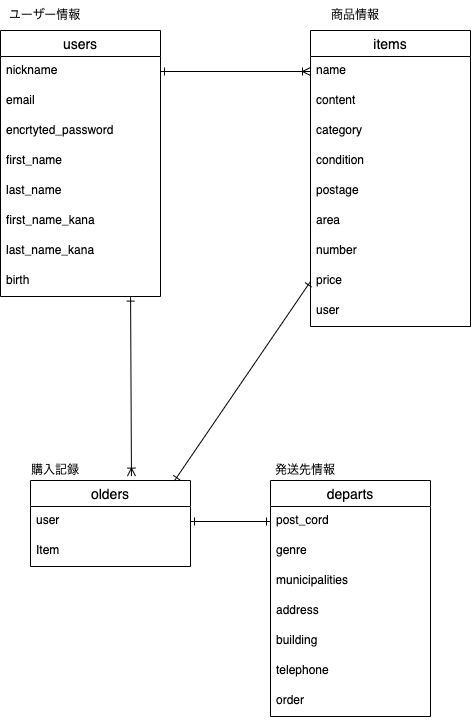
Earlier version of the draw.io export furima.png (asumi-ichiba/furima-38719). Source tidied: cells renumbered, new cells last; positions are measured from the earlier drawing's top-left corner, leaving out a move shared by most shapes.
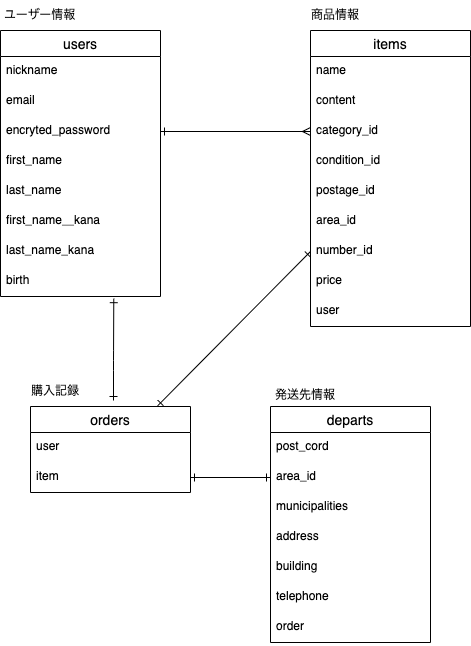
Above is the later version.

The edit, as a diff of the source:
```diff
@@ -2,11 +2,16 @@
   <root>
     <mxCell id="0" />
     <mxCell id="1" parent="0" />
-    <mxCell id="2" style="edgeStyle=none;html=1;startArrow=ERone;startFill=0;endArrow=ERoneToMany;endFill=0;exitX=0.813;exitY=1.02;exitDx=0;exitDy=0;exitPerimeter=0;entryX=0.631;entryY=-0.051;entryDx=0;entryDy=0;entryPerimeter=0;" parent="1" edge="1" source="11" target="22">
-      <mxGeometry relative="1" as="geometry" />
-    </mxCell>
+    <mxCell id="31" style="edgeStyle=none;html=1;startArrow=ERone;startFill=0;endArrow=ERone;endFill=0;exitX=0.708;exitY=1.073;exitDx=0;exitDy=0;exitPerimeter=0;" parent="1" edge="1" source="23">
+      <mxGeometry relative="1" as="geometry">
+        <mxPoint x="113" y="280" as="targetPoint" />
+        <Array as="points">
+          <mxPoint x="113" y="240" />
+        </Array>
+      </mxGeometry>
+    </mxCell>
     <mxCell id="3" value="users" style="swimlane;fontStyle=0;horizontal=1;startSize=26;align=center;fontSize=14;" parent="1" vertex="1">
-      <mxGeometry y="30" width="160" height="266" as="geometry" />
+      <mxGeometry y="-90" width="160" height="266" as="geometry" />
     </mxCell>
     <mxCell id="4" value="nickname" style="text;strokeColor=none;fillColor=none;spacingLeft=4;spacingRight=4;overflow=hidden;points=[[0,0.5],[1,0.5]];portConstraint=eastwest;fontSize=12;" parent="3" vertex="1">
       <mxGeometry y="26" width="160" height="30" as="geometry" />
@@ -14,107 +19,107 @@
     <mxCell id="5" value="email" style="text;strokeColor=none;fillColor=none;spacingLeft=4;spacingRight=4;overflow=hidden;fontSize=12;" parent="3" vertex="1">
       <mxGeometry y="56" width="160" height="30" as="geometry" />
     </mxCell>
-    <mxCell id="6" value="encrtyted_password" style="text;strokeColor=none;fillColor=none;spacingLeft=4;spacingRight=4;overflow=hidden;points=[[0,0.5],[1,0.5]];portConstraint=eastwest;fontSize=12;" parent="3" vertex="1">
-      <mxGeometry y="86" width="160" height="30" as="geometry" />
-    </mxCell>
-    <mxCell id="7" value="first_name" style="text;strokeColor=none;fillColor=none;spacingLeft=4;spacingRight=4;overflow=hidden;fontSize=12;" parent="3" vertex="1">
-      <mxGeometry y="116" width="160" height="30" as="geometry" />
-    </mxCell>
-    <mxCell id="8" value="last_name" style="text;strokeColor=none;fillColor=none;spacingLeft=4;spacingRight=4;overflow=hidden;fontSize=12;" parent="3" vertex="1">
-      <mxGeometry y="146" width="160" height="30" as="geometry" />
-    </mxCell>
-    <mxCell id="9" value="first_name_kana" style="text;strokeColor=none;fillColor=none;spacingLeft=4;spacingRight=4;overflow=hidden;fontSize=12;" parent="3" vertex="1">
-      <mxGeometry y="176" width="160" height="30" as="geometry" />
-    </mxCell>
-    <mxCell id="10" value="last_name_kana" style="text;strokeColor=none;fillColor=none;spacingLeft=4;spacingRight=4;overflow=hidden;fontSize=12;" parent="3" vertex="1">
-      <mxGeometry y="206" width="160" height="30" as="geometry" />
-    </mxCell>
-    <mxCell id="11" value="birth" style="text;strokeColor=none;fillColor=none;spacingLeft=4;spacingRight=4;overflow=hidden;points=[[0,0.5],[1,0.5]];portConstraint=eastwest;fontSize=12;" parent="3" vertex="1">
-      <mxGeometry y="236" width="160" height="30" as="geometry" />
-    </mxCell>
+    <mxCell id="40" value="encryted_password" style="text;strokeColor=none;fillColor=none;spacingLeft=4;spacingRight=4;overflow=hidden;points=[[0,0.5],[1,0.5]];portConstraint=eastwest;fontSize=12;" parent="3" vertex="1">
+      <mxGeometry y="86" width="160" height="30" as="geometry" />
+    </mxCell>
-    <mxCell id="12" value="items" style="swimlane;fontStyle=0;horizontal=1;startSize=26;align=center;fontSize=14;" parent="1" vertex="1">
-      <mxGeometry x="310" y="30" width="160" height="296" as="geometry" />
+    <mxCell id="12" value="first_name" style="text;strokeColor=none;fillColor=none;spacingLeft=4;spacingRight=4;overflow=hidden;fontSize=12;" parent="3" vertex="1">
+      <mxGeometry y="116" width="160" height="30" as="geometry" />
     </mxCell>
-    <mxCell id="13" value="name&#10;&#10;" style="text;strokeColor=none;fillColor=none;spacingLeft=4;spacingRight=4;overflow=hidden;points=[[0,0.5],[1,0.5]];portConstraint=eastwest;fontSize=12;" parent="12" vertex="1">
-      <mxGeometry y="26" width="160" height="30" as="geometry" />
+    <mxCell id="13" value="last_name" style="text;strokeColor=none;fillColor=none;spacingLeft=4;spacingRight=4;overflow=hidden;points=[[0,0.5],[1,0.5]];portConstraint=eastwest;fontSize=12;" parent="3" vertex="1">
+      <mxGeometry y="146" width="160" height="30" as="geometry" />
     </mxCell>
-    <mxCell id="14" value="content" style="text;strokeColor=none;fillColor=none;spacingLeft=4;spacingRight=4;overflow=hidden;fontSize=12;" parent="12" vertex="1">
-      <mxGeometry y="56" width="160" height="30" as="geometry" />
+    <mxCell id="14" value="first_name＿kana" style="text;strokeColor=none;fillColor=none;spacingLeft=4;spacingRight=4;overflow=hidden;fontSize=12;" parent="3" vertex="1">
+      <mxGeometry y="176" width="160" height="30" as="geometry" />
     </mxCell>
-    <mxCell id="15" value="category" style="text;strokeColor=none;fillColor=none;spacingLeft=4;spacingRight=4;overflow=hidden;fontSize=12;" parent="12" vertex="1">
-      <mxGeometry y="86" width="160" height="30" as="geometry" />
-    </mxCell>
-    <mxCell id="16" value="condition" style="text;strokeColor=none;fillColor=none;spacingLeft=4;spacingRight=4;overflow=hidden;fontSize=12;" parent="12" vertex="1">
-      <mxGeometry y="116" width="160" height="30" as="geometry" />
-    </mxCell>
-    <mxCell id="17" value="postage" style="text;strokeColor=none;fillColor=none;spacingLeft=4;spacingRight=4;overflow=hidden;fontSize=12;" parent="12" vertex="1">
-      <mxGeometry y="146" width="160" height="30" as="geometry" />
-    </mxCell>
-    <mxCell id="18" value="area" style="text;strokeColor=none;fillColor=none;spacingLeft=4;spacingRight=4;overflow=hidden;fontSize=12;" parent="12" vertex="1">
-      <mxGeometry y="176" width="160" height="30" as="geometry" />
-    </mxCell>
-    <mxCell id="19" value="number" style="text;strokeColor=none;fillColor=none;spacingLeft=4;spacingRight=4;overflow=hidden;fontSize=12;" parent="12" vertex="1">
-      <mxGeometry y="206" width="160" height="30" as="geometry" />
-    </mxCell>
-    <mxCell id="20" value="price" style="text;strokeColor=none;fillColor=none;spacingLeft=4;spacingRight=4;overflow=hidden;points=[[0,0.5],[1,0.5]];portConstraint=eastwest;fontSize=12;" parent="12" vertex="1">
-      <mxGeometry y="236" width="160" height="30" as="geometry" />
-    </mxCell>
-    <mxCell id="21" value="user" style="text;strokeColor=none;fillColor=none;spacingLeft=4;spacingRight=4;overflow=hidden;fontSize=12;" parent="12" vertex="1">
-      <mxGeometry y="266" width="160" height="30" as="geometry" />
-    </mxCell>
-    <mxCell id="22" value="olders" style="swimlane;fontStyle=0;horizontal=1;startSize=26;align=center;fontSize=14;" parent="1" vertex="1">
-      <mxGeometry x="30" y="480" width="160" height="86" as="geometry" />
-    </mxCell>
+    <mxCell id="10" value="last_name_kana" style="text;strokeColor=none;fillColor=none;spacingLeft=4;spacingRight=4;overflow=hidden;fontSize=12;" parent="3" vertex="1">
+      <mxGeometry y="206" width="160" height="30" as="geometry" />
+    </mxCell>
-    <mxCell id="23" value="user" style="text;strokeColor=none;fillColor=none;spacingLeft=4;spacingRight=4;overflow=hidden;points=[[0,0.5],[1,0.5]];portConstraint=eastwest;fontSize=12;" parent="22" vertex="1">
-      <mxGeometry y="26" width="160" height="30" as="geometry" />
+    <mxCell id="23" value="birth" style="text;strokeColor=none;fillColor=none;spacingLeft=4;spacingRight=4;overflow=hidden;points=[[0,0.5],[1,0.5]];portConstraint=eastwest;fontSize=12;" parent="3" vertex="1">
+      <mxGeometry y="236" width="160" height="30" as="geometry" />
     </mxCell>
-    <mxCell id="24" value="Item" style="text;strokeColor=none;fillColor=none;spacingLeft=4;spacingRight=4;overflow=hidden;fontSize=12;" parent="22" vertex="1">
-      <mxGeometry y="56" width="160" height="30" as="geometry" />
-    </mxCell>
+    <mxCell id="41" value="items" style="swimlane;fontStyle=0;horizontal=1;startSize=26;align=center;fontSize=14;" parent="1" vertex="1">
+      <mxGeometry x="310" y="-90" width="160" height="296" as="geometry" />
+    </mxCell>
+    <mxCell id="42" value="name" style="text;strokeColor=none;fillColor=none;spacingLeft=4;spacingRight=4;overflow=hidden;fontSize=12;" parent="41" vertex="1">
+      <mxGeometry y="26" width="160" height="30" as="geometry" />
+    </mxCell>
-    <mxCell id="25" value="departs" style="swimlane;fontStyle=0;horizontal=1;startSize=26;align=center;fontSize=14;" parent="1" vertex="1">
-      <mxGeometry x="270" y="480" width="160" height="236" as="geometry" />
+    <mxCell id="25" value="content" style="text;strokeColor=none;fillColor=none;spacingLeft=4;spacingRight=4;overflow=hidden;fontSize=12;" parent="41" vertex="1">
+      <mxGeometry y="56" width="160" height="30" as="geometry" />
     </mxCell>
-    <mxCell id="26" value="post_cord" style="text;strokeColor=none;fillColor=none;spacingLeft=4;spacingRight=4;overflow=hidden;points=[[0,0.5],[1,0.5]];portConstraint=eastwest;fontSize=12;" parent="25" vertex="1">
-      <mxGeometry y="26" width="160" height="30" as="geometry" />
+    <mxCell id="26" value="category_id" style="text;strokeColor=none;fillColor=none;spacingLeft=4;spacingRight=4;overflow=hidden;points=[[0,0.5],[1,0.5]];portConstraint=eastwest;fontSize=12;" parent="41" vertex="1">
+      <mxGeometry y="86" width="160" height="30" as="geometry" />
     </mxCell>
+    <mxCell id="43" value="condition_id" style="text;strokeColor=none;fillColor=none;spacingLeft=4;spacingRight=4;overflow=hidden;fontSize=12;" parent="41" vertex="1">
+      <mxGeometry y="116" width="160" height="30" as="geometry" />
+    </mxCell>
-    <mxCell id="27" value="genre" style="text;strokeColor=none;fillColor=none;spacingLeft=4;spacingRight=4;overflow=hidden;fontSize=12;" parent="25" vertex="1">
-      <mxGeometry y="56" width="160" height="30" as="geometry" />
+    <mxCell id="27" value="postage_id" style="text;strokeColor=none;fillColor=none;spacingLeft=4;spacingRight=4;overflow=hidden;fontSize=12;" parent="41" vertex="1">
+      <mxGeometry y="146" width="160" height="30" as="geometry" />
     </mxCell>
+    <mxCell id="44" value="area_id" style="text;strokeColor=none;fillColor=none;spacingLeft=4;spacingRight=4;overflow=hidden;fontSize=12;" parent="41" vertex="1">
+      <mxGeometry y="176" width="160" height="30" as="geometry" />
+    </mxCell>
+    <mxCell id="45" value="number_id" style="text;strokeColor=none;fillColor=none;spacingLeft=4;spacingRight=4;overflow=hidden;points=[[0,0.5],[1,0.5]];portConstraint=eastwest;fontSize=12;" parent="41" vertex="1">
+      <mxGeometry y="206" width="160" height="30" as="geometry" />
+    </mxCell>
+    <mxCell id="46" value="price" style="text;strokeColor=none;fillColor=none;spacingLeft=4;spacingRight=4;overflow=hidden;fontSize=12;" parent="41" vertex="1">
+      <mxGeometry y="236" width="160" height="30" as="geometry" />
+    </mxCell>
+    <mxCell id="21" value="user" style="text;strokeColor=none;fillColor=none;spacingLeft=4;spacingRight=4;overflow=hidden;fontSize=12;" parent="41" vertex="1">
+      <mxGeometry y="266" width="160" height="30" as="geometry" />
+    </mxCell>
+    <mxCell id="6" value="orders" style="swimlane;fontStyle=0;horizontal=1;startSize=26;align=center;fontSize=14;" parent="1" vertex="1">
+      <mxGeometry x="30" y="286" width="160" height="86" as="geometry" />
+    </mxCell>
+    <mxCell id="7" value="user" style="text;strokeColor=none;fillColor=none;spacingLeft=4;spacingRight=4;overflow=hidden;fontSize=12;" parent="6" vertex="1">
+      <mxGeometry y="26" width="160" height="30" as="geometry" />
+    </mxCell>
+    <mxCell id="47" value="item" style="text;strokeColor=none;fillColor=none;spacingLeft=4;spacingRight=4;overflow=hidden;points=[[0,0.5],[1,0.5]];portConstraint=eastwest;fontSize=12;" parent="6" vertex="1">
+      <mxGeometry y="56" width="160" height="30" as="geometry" />
+    </mxCell>
+    <mxCell id="11" value="departs" style="swimlane;fontStyle=0;horizontal=1;startSize=26;align=center;fontSize=14;" parent="1" vertex="1">
+      <mxGeometry x="270" y="286" width="160" height="236" as="geometry" />
+    </mxCell>
+    <mxCell id="48" value="post_cord" style="text;strokeColor=none;fillColor=none;spacingLeft=4;spacingRight=4;overflow=hidden;fontSize=12;" parent="11" vertex="1">
+      <mxGeometry y="26" width="160" height="30" as="geometry" />
+    </mxCell>
+    <mxCell id="49" value="area_id" style="text;strokeColor=none;fillColor=none;spacingLeft=4;spacingRight=4;overflow=hidden;points=[[0,0.5],[1,0.5]];portConstraint=eastwest;fontSize=12;" parent="11" vertex="1">
+      <mxGeometry y="56" width="160" height="30" as="geometry" />
+    </mxCell>
+    <mxCell id="50" value="municipalities" style="text;strokeColor=none;fillColor=none;spacingLeft=4;spacingRight=4;overflow=hidden;fontSize=12;" parent="11" vertex="1">
+      <mxGeometry y="86" width="160" height="30" as="geometry" />
+    </mxCell>
+    <mxCell id="29" value="address" style="text;strokeColor=none;fillColor=none;spacingLeft=4;spacingRight=4;overflow=hidden;fontSize=12;" parent="11" vertex="1">
+      <mxGeometry y="116" width="160" height="30" as="geometry" />
+    </mxCell>
+    <mxCell id="51" value="building" style="text;strokeColor=none;fillColor=none;spacingLeft=4;spacingRight=4;overflow=hidden;fontSize=12;" parent="11" vertex="1">
+      <mxGeometry y="146" width="160" height="30" as="geometry" />
+    </mxCell>
+    <mxCell id="20" value="telephone" style="text;strokeColor=none;fillColor=none;spacingLeft=4;spacingRight=4;overflow=hidden;points=[[0,0.5],[1,0.5]];portConstraint=eastwest;fontSize=12;" parent="11" vertex="1">
+      <mxGeometry y="176" width="160" height="30" as="geometry" />
+    </mxCell>
-    <mxCell id="28" value="municipalities" style="text;strokeColor=none;fillColor=none;spacingLeft=4;spacingRight=4;overflow=hidden;fontSize=12;" parent="25" vertex="1">
-      <mxGeometry y="86" width="160" height="30" as="geometry" />
+    <mxCell id="28" value="order" style="text;strokeColor=none;fillColor=none;spacingLeft=4;spacingRight=4;overflow=hidden;fontSize=12;" parent="11" vertex="1">
+      <mxGeometry y="206" width="160" height="30" as="geometry" />
     </mxCell>
-    <mxCell id="29" value="address" style="text;strokeColor=none;fillColor=none;spacingLeft=4;spacingRight=4;overflow=hidden;fontSize=12;" parent="25" vertex="1">
-      <mxGeometry y="116" width="160" height="30" as="geometry" />
-    </mxCell>
-    <mxCell id="30" value="building" style="text;strokeColor=none;fillColor=none;spacingLeft=4;spacingRight=4;overflow=hidden;fontSize=12;" parent="25" vertex="1">
-      <mxGeometry y="146" width="160" height="30" as="geometry" />
+    <mxCell id="30" style="edgeStyle=none;html=1;entryX=0;entryY=0.5;entryDx=0;entryDy=0;endArrow=ERmany;endFill=0;startArrow=ERone;startFill=0;" parent="1" edge="1" source="40" target="26">
+      <mxGeometry relative="1" as="geometry" />
     </mxCell>
-    <mxCell id="31" value="telephone" style="text;strokeColor=none;fillColor=none;spacingLeft=4;spacingRight=4;overflow=hidden;fontSize=12;" parent="25" vertex="1">
-      <mxGeometry y="176" width="160" height="30" as="geometry" />
-    </mxCell>
-    <mxCell id="32" value="order&#10;" style="text;strokeColor=none;fillColor=none;spacingLeft=4;spacingRight=4;overflow=hidden;fontSize=12;" parent="25" vertex="1">
-      <mxGeometry y="206" width="160" height="30" as="geometry" />
-    </mxCell>
-    <mxCell id="33" style="edgeStyle=none;html=1;exitX=1;exitY=0.5;exitDx=0;exitDy=0;entryX=0;entryY=0.5;entryDx=0;entryDy=0;startArrow=ERone;startFill=0;endArrow=ERoneToMany;endFill=0;" parent="1" edge="1" source="4" target="13">
-      <mxGeometry relative="1" as="geometry" />
-    </mxCell>
-    <mxCell id="34" value="ユーザー情報" style="text;html=1;strokeColor=none;fillColor=none;align=center;verticalAlign=middle;whiteSpace=wrap;rounded=0;" parent="1" vertex="1">
-      <mxGeometry width="90" height="30" as="geometry" />
-    </mxCell>
+    <mxCell id="52" style="edgeStyle=none;html=1;exitX=0;exitY=0.5;exitDx=0;exitDy=0;startArrow=ERone;startFill=0;endArrow=ERone;endFill=0;entryX=0.795;entryY=-0.009;entryDx=0;entryDy=0;entryPerimeter=0;" parent="1" edge="1" source="45" target="6">
+      <mxGeometry relative="1" as="geometry" />
+    </mxCell>
+    <mxCell id="53" style="edgeStyle=none;html=1;entryX=0;entryY=0.5;entryDx=0;entryDy=0;startArrow=ERone;startFill=0;endArrow=ERone;endFill=0;" parent="1" edge="1" source="47" target="49">
+      <mxGeometry relative="1" as="geometry" />
+    </mxCell>
+    <mxCell id="37" value="発送先情報" style="text;html=1;strokeColor=none;fillColor=none;align=center;verticalAlign=middle;whiteSpace=wrap;rounded=0;" parent="1" vertex="1">
+      <mxGeometry x="270" y="260" width="70" height="30" as="geometry" />
+    </mxCell>
     <mxCell id="35" value="商品情報" style="text;html=1;strokeColor=none;fillColor=none;align=center;verticalAlign=middle;whiteSpace=wrap;rounded=0;" parent="1" vertex="1">
-      <mxGeometry x="310" width="90" height="30" as="geometry" />
+      <mxGeometry x="300" y="-120" width="70" height="30" as="geometry" />
     </mxCell>
     <mxCell id="36" value="購入記録" style="text;html=1;strokeColor=none;fillColor=none;align=center;verticalAlign=middle;whiteSpace=wrap;rounded=0;" parent="1" vertex="1">
-      <mxGeometry x="10" y="455" width="90" height="30" as="geometry" />
+      <mxGeometry x="20" y="256" width="70" height="30" as="geometry" />
     </mxCell>
-    <mxCell id="37" value="発送先情報" style="text;html=1;strokeColor=none;fillColor=none;align=center;verticalAlign=middle;whiteSpace=wrap;rounded=0;" parent="1" vertex="1">
-      <mxGeometry x="260" y="455" width="90" height="30" as="geometry" />
-    </mxCell>
-    <mxCell id="38" style="edgeStyle=none;html=1;exitX=0;exitY=0.5;exitDx=0;exitDy=0;entryX=1;entryY=0.5;entryDx=0;entryDy=0;startArrow=ERone;startFill=0;endArrow=ERone;endFill=0;" parent="1" edge="1" source="26" target="23">
-      <mxGeometry relative="1" as="geometry" />
-    </mxCell>
-    <mxCell id="39" style="edgeStyle=none;html=1;exitX=0;exitY=0.5;exitDx=0;exitDy=0;entryX=0.899;entryY=0.005;entryDx=0;entryDy=0;entryPerimeter=0;startArrow=ERone;startFill=0;endArrow=ERone;endFill=0;" parent="1" edge="1" source="20" target="22">
-      <mxGeometry relative="1" as="geometry" />
-    </mxCell>
+    <mxCell id="33" value="ユーザー情報" style="text;html=1;strokeColor=none;fillColor=none;align=center;verticalAlign=middle;whiteSpace=wrap;rounded=0;" parent="1" vertex="1">
+      <mxGeometry y="-120" width="80" height="30" as="geometry" />
+    </mxCell>
   </root>
 </mxGraphModel>
```
